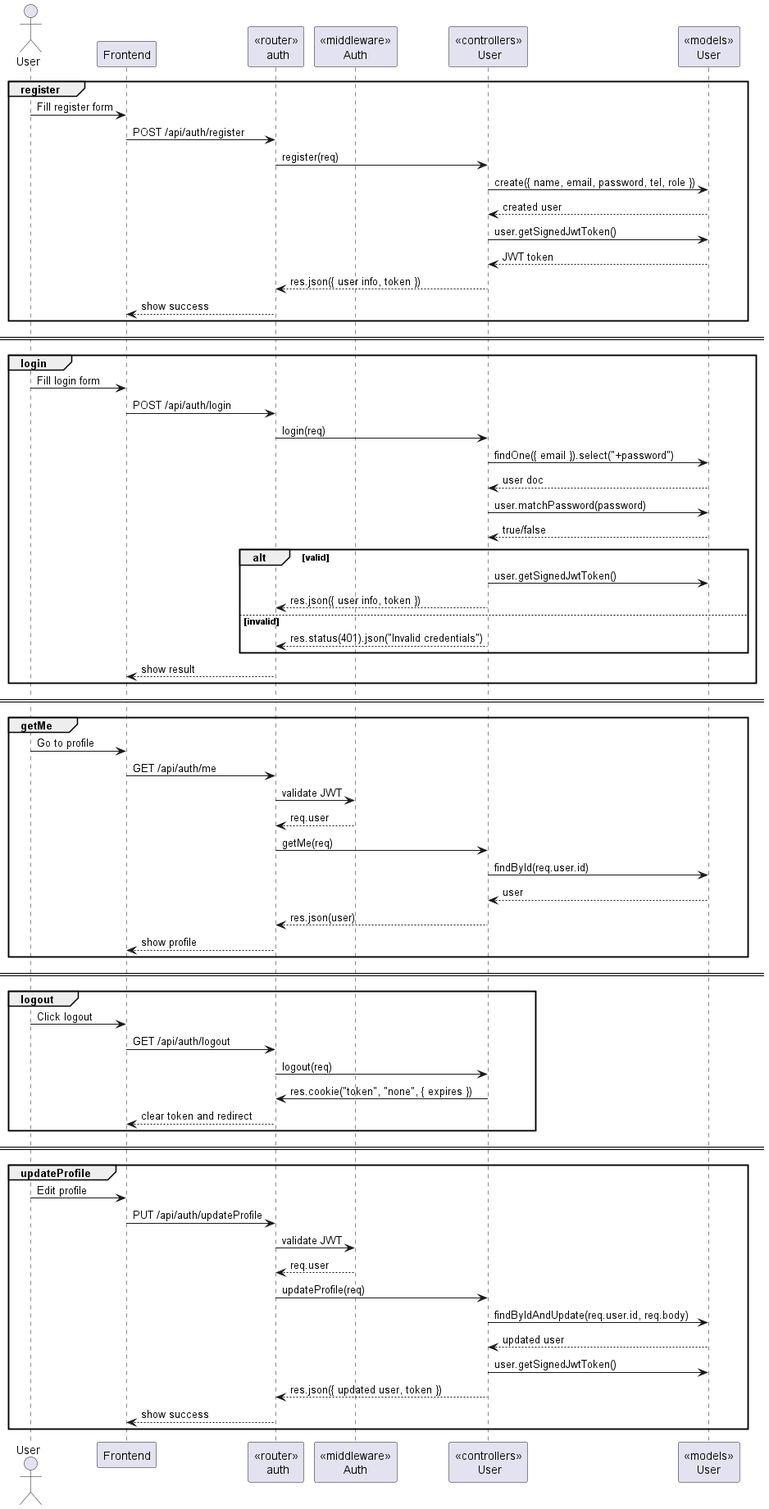
sw-dev-prac-final-project/backend keeps this PlantUML diagram as utils/plantUML/pic/user.png. Above is the earlier version. The source it was exported from:
```plantuml
@startuml user
actor User
participant "Frontend" as FE
participant "<<router>>\n auth" as Router
participant "<<middleware>>\nAuth" as Auth
participant "<<controllers>>\n User" as Controller
participant "<<models>>\nUser" as UserModel

group register
User -> FE : Fill register form
FE -> Router : POST /api/auth/register
Router -> Controller : register(req)
Controller -> UserModel : create({ name, email, password, tel, role })
UserModel --> Controller : created user
Controller -> UserModel : user.getSignedJwtToken()
UserModel --> Controller : JWT token
Controller --> Router : res.json({ user info, token })
Router --> FE : show success
end

== ==

group login
User -> FE : Fill login form
FE -> Router : POST /api/auth/login
Router -> Controller : login(req)
Controller -> UserModel : findOne({ email }).select("+password")
UserModel --> Controller : user doc
Controller -> UserModel : user.matchPassword(password)
UserModel --> Controller : true/false
alt valid
  Controller -> UserModel : user.getSignedJwtToken()
  Controller --> Router : res.json({ user info, token })
else invalid
  Controller --> Router : res.status(401).json("Invalid credentials")
end
Router --> FE : show result
end

== ==

group getMe
User -> FE : Go to profile
FE -> Router : GET /api/auth/me
Router -> Auth : validate JWT
Auth --> Router : req.user
Router -> Controller : getMe(req)
Controller -> UserModel : findById(req.user.id)
UserModel --> Controller : user
Controller --> Router : res.json(user)
Router --> FE : show profile
end

== ==

group logout
User -> FE : Click logout
FE -> Router : GET /api/auth/logout
Router -> Controller : logout(req)
Controller -> Router : res.cookie("token", "none", { expires })
Router --> FE : clear token and redirect
end

== ==

group updateProfile
User -> FE : Edit profile
FE -> Router : PUT /api/auth/updateProfile
Router -> Auth : validate JWT
Auth --> Router : req.user
Router -> Controller : updateProfile(req)
Controller -> UserModel : findByIdAndUpdate(req.user.id, req.body)
UserModel --> Controller : updated user
Controller -> UserModel : user.getSignedJwtToken()
Controller --> Router : res.json({ updated user, token })
Router --> FE : show success
end

@enduml
```
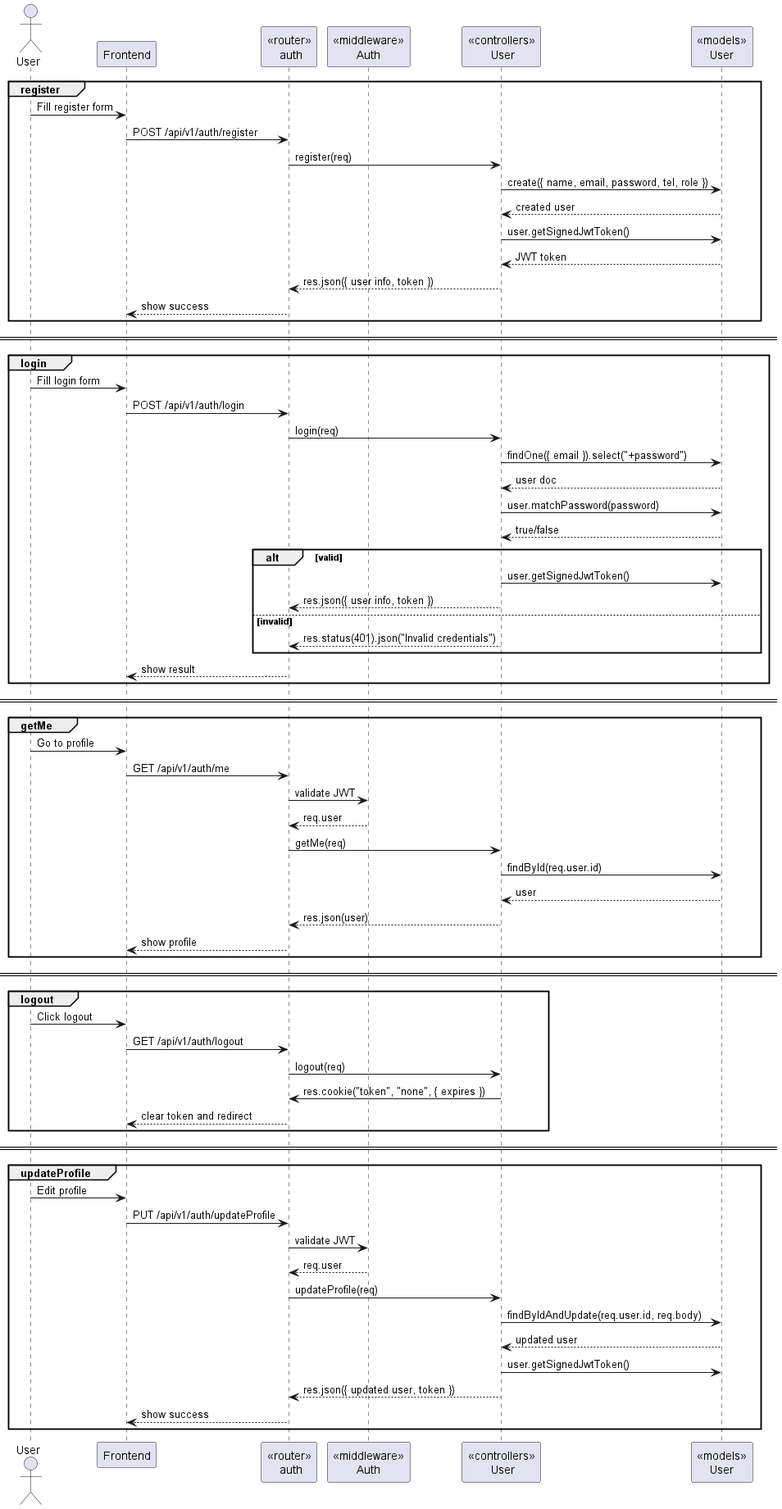
After the change.

Diff of the diagram source:
```diff
@@ -8,7 +8,7 @@
 
 group register
 User -> FE : Fill register form
-FE -> Router : POST /api/auth/register
+FE -> Router : POST /api/v1/auth/register
 Router -> Controller : register(req)
 Controller -> UserModel : create({ name, email, password, tel, role })
 UserModel --> Controller : created user
@@ -22,7 +22,7 @@
 
 group login
 User -> FE : Fill login form
-FE -> Router : POST /api/auth/login
+FE -> Router : POST /api/v1/auth/login
 Router -> Controller : login(req)
 Controller -> UserModel : findOne({ email }).select("+password")
 UserModel --> Controller : user doc
@@ -41,7 +41,7 @@
 
 group getMe
 User -> FE : Go to profile
-FE -> Router : GET /api/auth/me
+FE -> Router : GET /api/v1/auth/me
 Router -> Auth : validate JWT
 Auth --> Router : req.user
 Router -> Controller : getMe(req)
@@ -55,7 +55,7 @@
 
 group logout
 User -> FE : Click logout
-FE -> Router : GET /api/auth/logout
+FE -> Router : GET /api/v1/auth/logout
 Router -> Controller : logout(req)
 Controller -> Router : res.cookie("token", "none", { expires })
 Router --> FE : clear token and redirect
@@ -65,7 +65,7 @@
 
 group updateProfile
 User -> FE : Edit profile
-FE -> Router : PUT /api/auth/updateProfile
+FE -> Router : PUT /api/v1/auth/updateProfile
 Router -> Auth : validate JWT
 Auth --> Router : req.user
 Router -> Controller : updateProfile(req)
```
